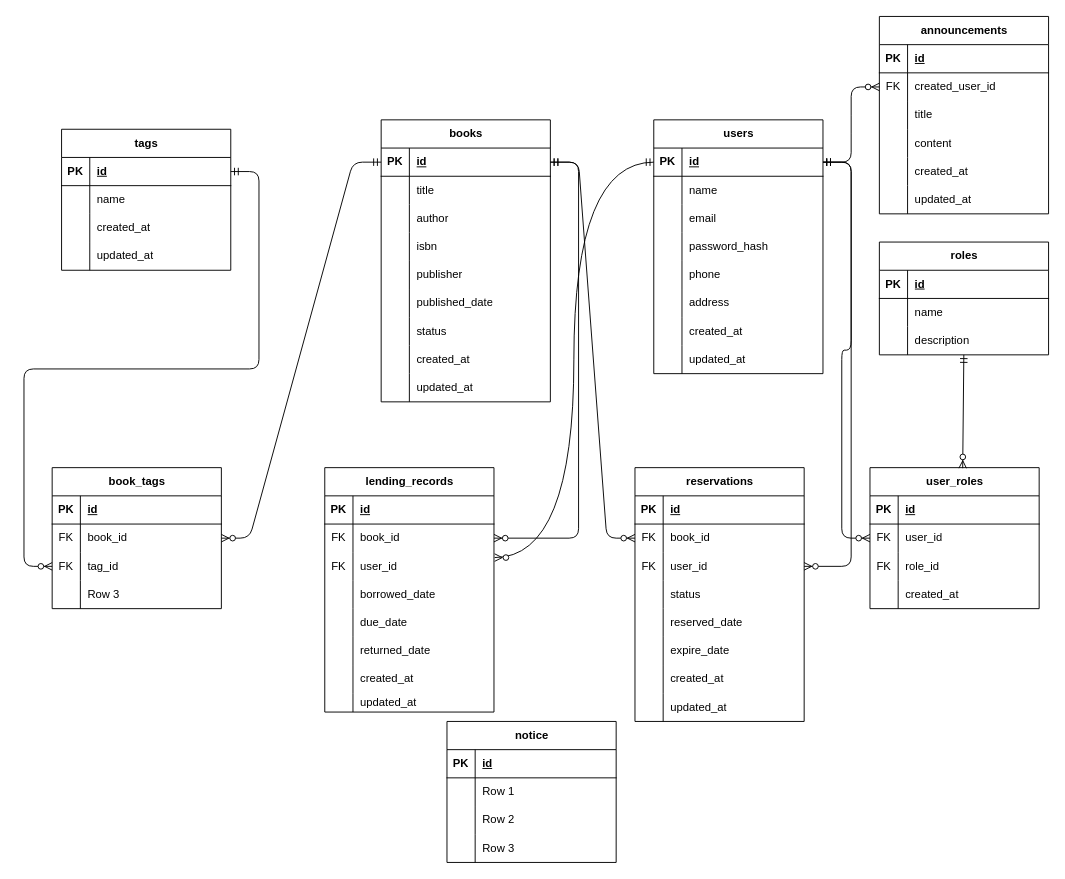
DaisukeKikukawa/Forkup keeps this draw.io diagram as Phase7/er.dio. Above is the earlier version. Source tidied: cells renumbered, new cells numbered last; positions are measured from the earlier drawing's top-left corner, leaving out a move shared by most shapes. Both pictures are drawn from the tidied source at 94%, with x=0, y=0 at pixel (52, 16).
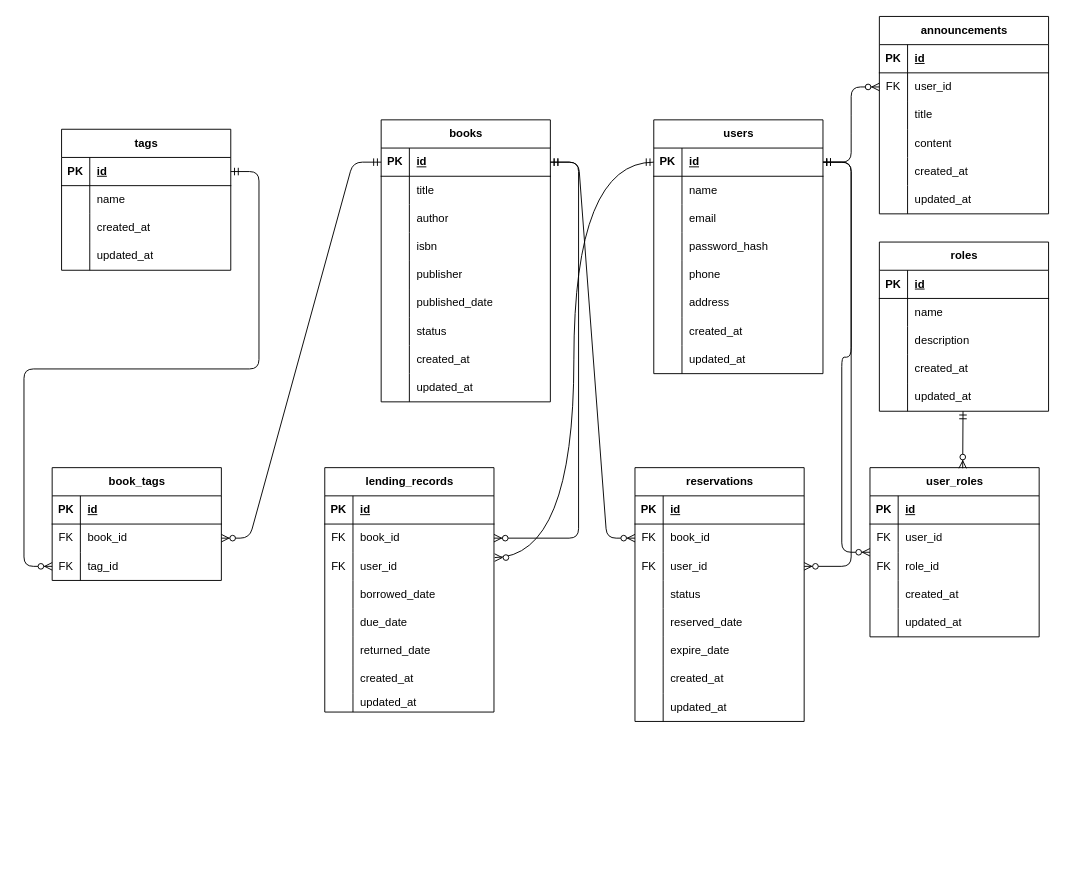
Above is the later version.

Unchanged cells that the change refers to:
```xml
<mxCell id="112" style="shape=tableRow;horizontal=0;startSize=0;swimlaneHead=0;swimlaneBody=0;fillColor=none;points=[[0,0.5],[1,0.5]];portConstraint=eastwest;top=0;left=0;right=0;bottom=0;" parent="105" vertex="1">
  <mxGeometry y="90" width="180" height="30" as="geometry" />
</mxCell>
<mxCell id="179" style="shape=tableRow;horizontal=0;startSize=0;swimlaneHead=0;swimlaneBody=0;fillColor=none;points=[[0,0.5],[1,0.5]];portConstraint=eastwest;top=0;left=0;right=0;bottom=0;" parent="175" vertex="1">
  <mxGeometry y="60" width="180" height="30" as="geometry" />
</mxCell>
```

Change to the diagram source:
```diff
@@
     <mxCell id="105" value="roles" style="shape=table;startSize=30;childLayout=tableLayout;rowLines=0;fontStyle=1;align=center;html=1;" parent="1" vertex="1">
-      <mxGeometry x="880" y="240" width="180" height="120" as="geometry" />
+      <mxGeometry x="880" y="240" width="180" height="180" as="geometry" />
     </mxCell>
@@
+    <mxCell id="195" style="shape=tableRow;horizontal=0;startSize=0;swimlaneHead=0;swimlaneBody=0;fillColor=none;top=0;left=0;right=0;bottom=0;" parent="105" vertex="1">
+      <mxGeometry y="120" width="180" height="30" as="geometry" />
+    </mxCell>
+    <mxCell id="196" style="shape=partialRectangle;fillColor=none;top=0;left=0;bottom=0;right=0;overflow=hidden;whiteSpace=wrap;html=1;" parent="195" vertex="1">
+      <mxGeometry width="30" height="30" as="geometry" />
+    </mxCell>
+    <mxCell id="197" value="created_at" style="shape=partialRectangle;fillColor=none;top=0;left=0;bottom=0;right=0;align=left;spacingLeft=6;overflow=hidden;whiteSpace=wrap;html=1;" parent="195" vertex="1">
+      <mxGeometry x="30" width="150" height="30" as="geometry" />
+    </mxCell>
+    <mxCell id="198" style="shape=tableRow;horizontal=0;startSize=0;swimlaneHead=0;swimlaneBody=0;fillColor=none;top=0;left=0;right=0;bottom=0;" parent="105" vertex="1">
+      <mxGeometry y="150" width="180" height="30" as="geometry" />
+    </mxCell>
+    <mxCell id="199" style="shape=partialRectangle;fillColor=none;top=0;left=0;bottom=0;right=0;overflow=hidden;whiteSpace=wrap;html=1;" parent="198" vertex="1">
+      <mxGeometry width="30" height="30" as="geometry" />
+    </mxCell>
+    <mxCell id="200" value="updated_at" style="shape=partialRectangle;fillColor=none;top=0;left=0;bottom=0;right=0;align=left;spacingLeft=6;overflow=hidden;whiteSpace=wrap;html=1;" parent="198" vertex="1">
+      <mxGeometry x="30" width="150" height="30" as="geometry" />
+    </mxCell>
     <mxCell id="115" value="user_roles" style="shape=table;startSize=30;childLayout=tableLayout;rowLines=0;fontStyle=1;align=center;html=1;" parent="1" vertex="1">
-      <mxGeometry x="870" y="480" width="180" height="150" as="geometry" />
+      <mxGeometry x="870" y="480" width="180" height="180" as="geometry" />
     </mxCell>
@@
+    <mxCell id="201" style="shape=tableRow;horizontal=0;startSize=0;swimlaneHead=0;swimlaneBody=0;fillColor=none;top=0;left=0;right=0;bottom=0;" parent="115" vertex="1">
+      <mxGeometry y="150" width="180" height="30" as="geometry" />
+    </mxCell>
+    <mxCell id="202" style="shape=partialRectangle;fillColor=none;top=0;left=0;bottom=0;right=0;overflow=hidden;whiteSpace=wrap;html=1;" parent="201" vertex="1">
+      <mxGeometry width="30" height="30" as="geometry" />
+    </mxCell>
+    <mxCell id="203" value="updated_at" style="shape=partialRectangle;fillColor=none;top=0;left=0;bottom=0;right=0;align=left;spacingLeft=6;overflow=hidden;whiteSpace=wrap;html=1;" parent="201" vertex="1">
+      <mxGeometry x="30" width="150" height="30" as="geometry" />
+    </mxCell>
@@
-    <mxCell id="133" style="fontSize=12;html=1;endArrow=ERzeroToMany;startArrow=ERmandOne;entryX=0.548;entryY=0.004;entryDx=0;entryDy=0;entryPerimeter=0;" parent="1" edge="1" source="112" target="115">
-      <mxGeometry relative="1" as="geometry" />
+    <mxCell id="133" style="fontSize=12;html=1;endArrow=ERzeroToMany;startArrow=ERmandOne;entryX=0.548;entryY=0.004;entryDx=0;entryDy=0;entryPerimeter=0;" parent="1" edge="1" target="115">
+      <mxGeometry relative="1" as="geometry">
+        <mxPoint x="969" y="420" as="sourcePoint" />
+      </mxGeometry>
     </mxCell>
@@
     <mxCell id="147" value="book_tags" style="shape=table;startSize=30;childLayout=tableLayout;rowLines=0;fontStyle=1;align=center;html=1;" parent="1" vertex="1">
-      <mxGeometry y="480" width="180" height="150" as="geometry" />
+      <mxGeometry y="480" width="180" height="120" as="geometry" />
     </mxCell>
@@
-    <mxCell id="157" style="shape=tableRow;horizontal=0;startSize=0;swimlaneHead=0;swimlaneBody=0;fillColor=none;top=0;left=0;right=0;bottom=0;" parent="147" vertex="1">
-      <mxGeometry y="120" width="180" height="30" as="geometry" />
-    </mxCell>
-    <mxCell id="158" style="shape=partialRectangle;fillColor=none;top=0;left=0;bottom=0;right=0;overflow=hidden;whiteSpace=wrap;html=1;" parent="157" vertex="1">
-      <mxGeometry width="30" height="30" as="geometry" />
-    </mxCell>
-    <mxCell id="159" value="Row 3" style="shape=partialRectangle;fillColor=none;top=0;left=0;bottom=0;right=0;align=left;spacingLeft=6;overflow=hidden;whiteSpace=wrap;html=1;" parent="157" vertex="1">
-      <mxGeometry x="30" width="150" height="30" as="geometry" />
-    </mxCell>
@@
-    <mxCell id="162" value="notice" style="shape=table;startSize=30;childLayout=tableLayout;rowLines=0;fontStyle=1;align=center;html=1;" parent="1" vertex="1">
-      <mxGeometry x="420" y="750" width="180" height="150" as="geometry" />
-    </mxCell>
-    <mxCell id="163" style="shape=tableRow;horizontal=0;startSize=0;swimlaneHead=0;swimlaneBody=0;fillColor=none;top=0;left=0;right=0;bottom=1;" parent="162" vertex="1">
-      <mxGeometry y="30" width="180" height="30" as="geometry" />
-    </mxCell>
-    <mxCell id="164" value="PK" style="shape=partialRectangle;fillColor=none;top=0;left=0;bottom=0;right=0;fontStyle=1;overflow=hidden;whiteSpace=wrap;html=1;" parent="163" vertex="1">
-      <mxGeometry width="30" height="30" as="geometry" />
-    </mxCell>
-    <mxCell id="165" value="id" style="shape=partialRectangle;fillColor=none;top=0;left=0;bottom=0;right=0;align=left;spacingLeft=6;fontStyle=5;overflow=hidden;whiteSpace=wrap;html=1;" parent="163" vertex="1">
-      <mxGeometry x="30" width="150" height="30" as="geometry" />
-    </mxCell>
-    <mxCell id="166" style="shape=tableRow;horizontal=0;startSize=0;swimlaneHead=0;swimlaneBody=0;fillColor=none;top=0;left=0;right=0;bottom=0;" parent="162" vertex="1">
-      <mxGeometry y="60" width="180" height="30" as="geometry" />
-    </mxCell>
-    <mxCell id="167" style="shape=partialRectangle;fillColor=none;top=0;left=0;bottom=0;right=0;overflow=hidden;whiteSpace=wrap;html=1;" parent="166" vertex="1">
-      <mxGeometry width="30" height="30" as="geometry" />
-    </mxCell>
-    <mxCell id="168" value="Row 1" style="shape=partialRectangle;fillColor=none;top=0;left=0;bottom=0;right=0;align=left;spacingLeft=6;overflow=hidden;whiteSpace=wrap;html=1;" parent="166" vertex="1">
-      <mxGeometry x="30" width="150" height="30" as="geometry" />
-    </mxCell>
-    <mxCell id="169" style="shape=tableRow;horizontal=0;startSize=0;swimlaneHead=0;swimlaneBody=0;fillColor=none;top=0;left=0;right=0;bottom=0;" parent="162" vertex="1">
-      <mxGeometry y="90" width="180" height="30" as="geometry" />
-    </mxCell>
-    <mxCell id="170" style="shape=partialRectangle;fillColor=none;top=0;left=0;bottom=0;right=0;overflow=hidden;whiteSpace=wrap;html=1;" parent="169" vertex="1">
-      <mxGeometry width="30" height="30" as="geometry" />
-    </mxCell>
-    <mxCell id="171" value="Row 2" style="shape=partialRectangle;fillColor=none;top=0;left=0;bottom=0;right=0;align=left;spacingLeft=6;overflow=hidden;whiteSpace=wrap;html=1;" parent="169" vertex="1">
-      <mxGeometry x="30" width="150" height="30" as="geometry" />
-    </mxCell>
-    <mxCell id="172" style="shape=tableRow;horizontal=0;startSize=0;swimlaneHead=0;swimlaneBody=0;fillColor=none;top=0;left=0;right=0;bottom=0;" parent="162" vertex="1">
-      <mxGeometry y="120" width="180" height="30" as="geometry" />
-    </mxCell>
-    <mxCell id="173" style="shape=partialRectangle;fillColor=none;top=0;left=0;bottom=0;right=0;overflow=hidden;whiteSpace=wrap;html=1;" parent="172" vertex="1">
-      <mxGeometry width="30" height="30" as="geometry" />
-    </mxCell>
-    <mxCell id="174" value="Row 3" style="shape=partialRectangle;fillColor=none;top=0;left=0;bottom=0;right=0;align=left;spacingLeft=6;overflow=hidden;whiteSpace=wrap;html=1;" parent="172" vertex="1">
-      <mxGeometry x="30" width="150" height="30" as="geometry" />
-    </mxCell>
@@
-    <mxCell id="181" value="created_user_id" style="shape=partialRectangle;fillColor=none;top=0;left=0;bottom=0;right=0;align=left;spacingLeft=6;overflow=hidden;whiteSpace=wrap;html=1;" parent="179" vertex="1">
+    <mxCell id="181" value="user_id" style="shape=partialRectangle;fillColor=none;top=0;left=0;bottom=0;right=0;align=left;spacingLeft=6;overflow=hidden;whiteSpace=wrap;html=1;" parent="179" vertex="1">
       <mxGeometry x="30" width="150" height="30" as="geometry" />
     </mxCell>
```
